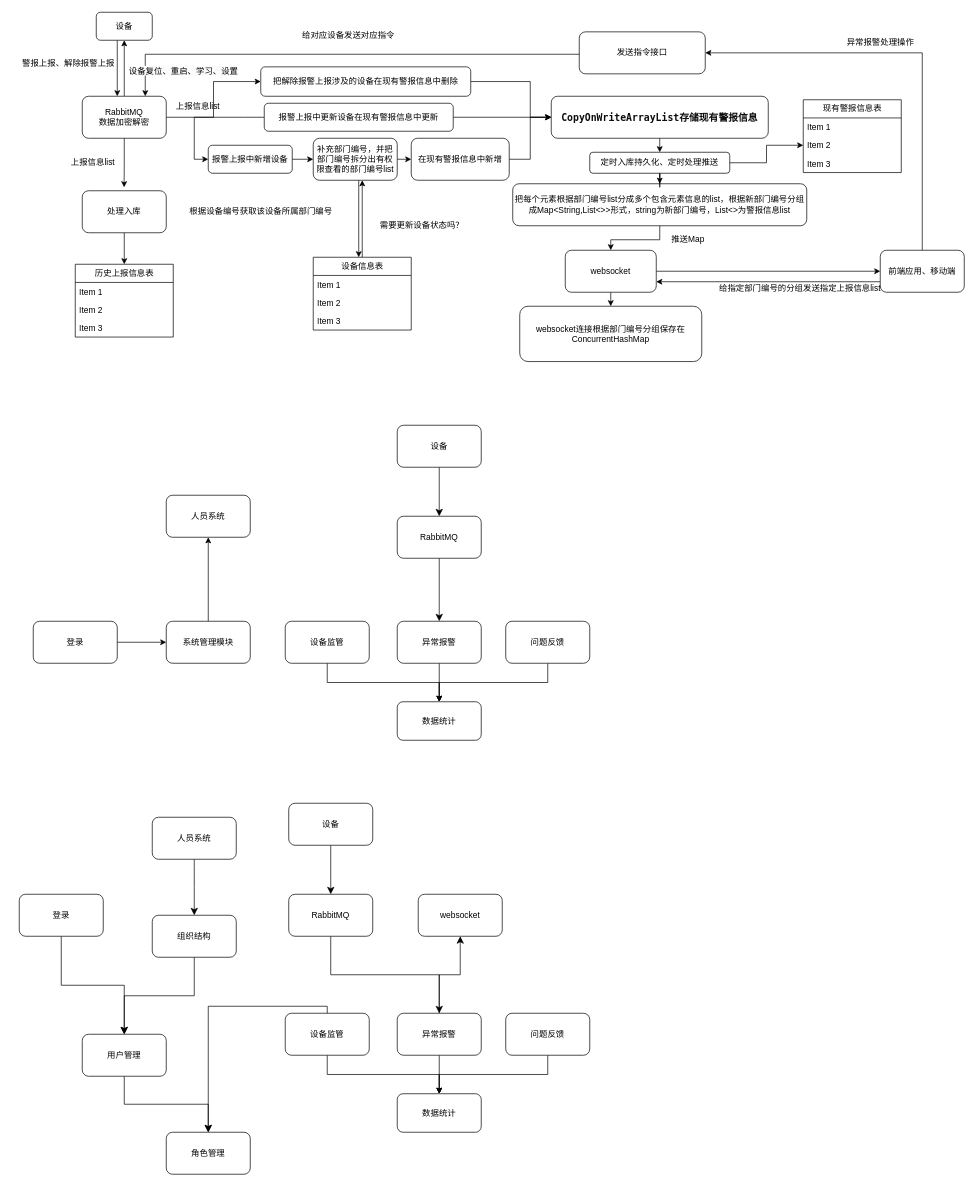
LSS9/ForgettingCurve keeps this draw.io diagram as 未命名绘图.drawio. Above is the earlier version. Source tidied: cells renumbered, new cells numbered last; positions are measured from the earlier drawing's top-left corner, leaving out a move shared by most shapes. Both pictures are drawn from the tidied source at 70%, with x=0, y=0 at pixel (12, 12).
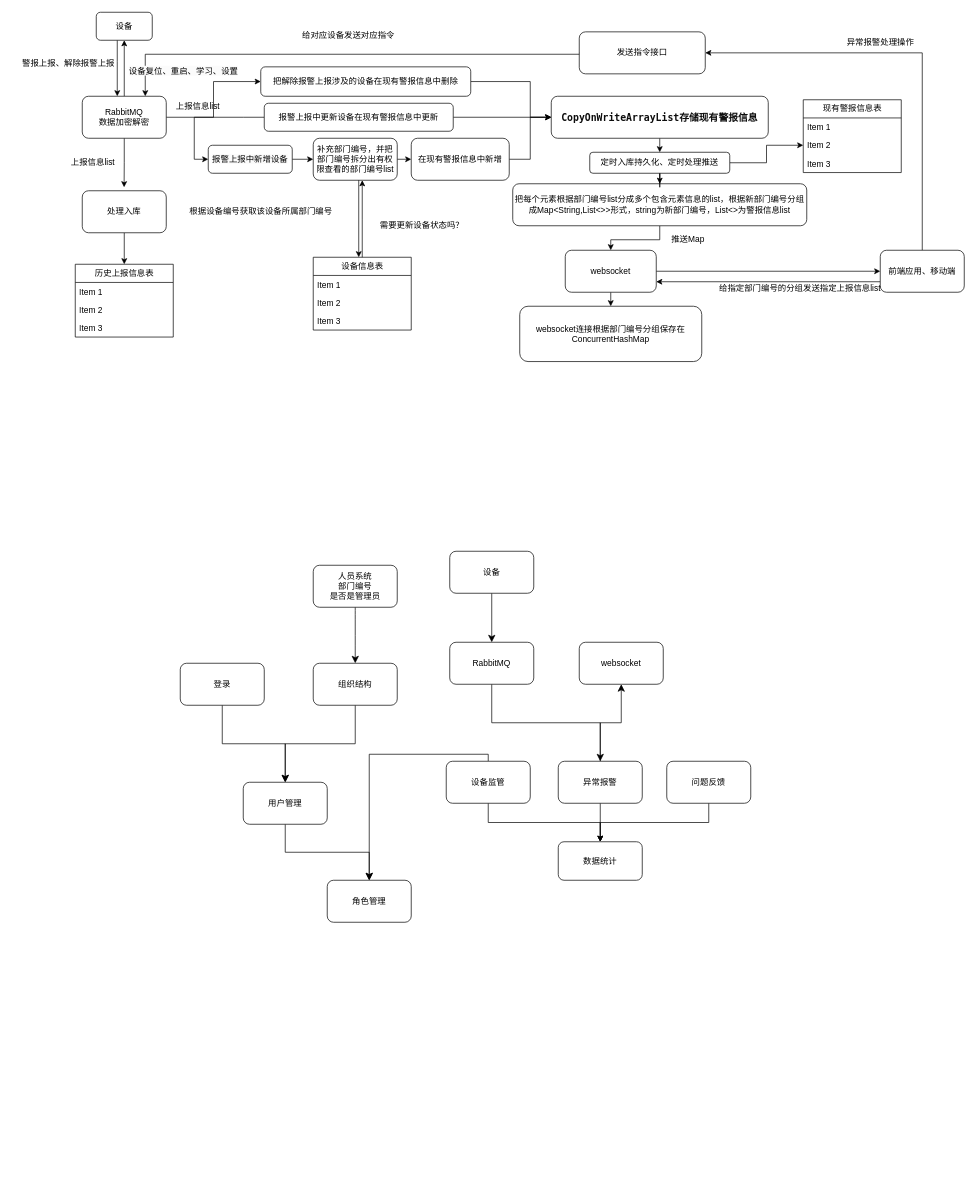
Above is the later version.

Commit message:
更新未命名绘图.drawio

What changed in the source:
```diff
@@
-    <mxCell id="61" style="edgeStyle=orthogonalEdgeStyle;rounded=0;jettySize=auto;html=1;exitX=1;exitY=0.5;exitDx=0;exitDy=0;entryX=0;entryY=0.5;entryDx=0;entryDy=0;" parent="1" edge="1" source="62" target="64">
-      <mxGeometry relative="1" as="geometry" />
-    </mxCell>
-    <mxCell id="62" value="登录" style="rounded=1;whiteSpace=wrap;html=1;" parent="1" vertex="1">
-      <mxGeometry x="30" y="870" width="120" height="60" as="geometry" />
-    </mxCell>
-    <mxCell id="63" style="edgeStyle=orthogonalEdgeStyle;rounded=0;jettySize=auto;html=1;exitX=0.5;exitY=0;exitDx=0;exitDy=0;entryX=0.5;entryY=1;entryDx=0;entryDy=0;" parent="1" edge="1" source="64" target="65">
-      <mxGeometry relative="1" as="geometry" />
-    </mxCell>
-    <mxCell id="64" value="系统管理模块" style="rounded=1;whiteSpace=wrap;html=1;" parent="1" vertex="1">
-      <mxGeometry x="220" y="870" width="120" height="60" as="geometry" />
-    </mxCell>
-    <mxCell id="65" value="人员系统" style="rounded=1;whiteSpace=wrap;html=1;" parent="1" vertex="1">
-      <mxGeometry x="220" y="690" width="120" height="60" as="geometry" />
-    </mxCell>
-    <mxCell id="66" style="edgeStyle=orthogonalEdgeStyle;rounded=0;jettySize=auto;html=1;exitX=0.5;exitY=1;exitDx=0;exitDy=0;entryX=0.5;entryY=0;entryDx=0;entryDy=0;" parent="1" edge="1" source="67" target="68">
-      <mxGeometry relative="1" as="geometry" />
-    </mxCell>
-    <mxCell id="67" value="设备监管" style="rounded=1;whiteSpace=wrap;html=1;" parent="1" vertex="1">
-      <mxGeometry x="390" y="870" width="120" height="60" as="geometry" />
-    </mxCell>
-    <mxCell id="68" value="数据统计" style="rounded=1;whiteSpace=wrap;html=1;" parent="1" vertex="1">
-      <mxGeometry x="550" y="985" width="120" height="55" as="geometry" />
-    </mxCell>
-    <mxCell id="69" style="edgeStyle=orthogonalEdgeStyle;rounded=0;jettySize=auto;html=1;exitX=0.5;exitY=1;exitDx=0;exitDy=0;entryX=0.5;entryY=0;entryDx=0;entryDy=0;" parent="1" edge="1" source="70" target="68">
-      <mxGeometry relative="1" as="geometry" />
-    </mxCell>
-    <mxCell id="70" value="问题反馈" style="rounded=1;whiteSpace=wrap;html=1;" parent="1" vertex="1">
-      <mxGeometry x="705" y="870" width="120" height="60" as="geometry" />
-    </mxCell>
-    <mxCell id="71" style="edgeStyle=orthogonalEdgeStyle;rounded=0;jettySize=auto;html=1;exitX=0.5;exitY=1;exitDx=0;exitDy=0;entryX=0.5;entryY=0;entryDx=0;entryDy=0;" parent="1" edge="1" source="72" target="68">
-      <mxGeometry relative="1" as="geometry" />
-    </mxCell>
-    <mxCell id="72" value="异常报警" style="rounded=1;whiteSpace=wrap;html=1;" parent="1" vertex="1">
-      <mxGeometry x="550" y="870" width="120" height="60" as="geometry" />
-    </mxCell>
-    <mxCell id="73" style="edgeStyle=orthogonalEdgeStyle;rounded=0;jettySize=auto;html=1;exitX=0.5;exitY=1;exitDx=0;exitDy=0;entryX=0.5;entryY=0;entryDx=0;entryDy=0;fontSize=12;startSize=8;endSize=8;" parent="1" edge="1" source="74" target="76">
-      <mxGeometry relative="1" as="geometry" />
-    </mxCell>
-    <mxCell id="74" value="设备" style="rounded=1;whiteSpace=wrap;html=1;" parent="1" vertex="1">
-      <mxGeometry x="550" y="590" width="120" height="60" as="geometry" />
-    </mxCell>
-    <mxCell id="75" style="edgeStyle=orthogonalEdgeStyle;rounded=0;jettySize=auto;html=1;exitX=0.5;exitY=1;exitDx=0;exitDy=0;entryX=0.5;entryY=0;entryDx=0;entryDy=0;fontSize=12;startSize=8;endSize=8;" parent="1" edge="1" source="76" target="72">
-      <mxGeometry relative="1" as="geometry" />
-    </mxCell>
-    <mxCell id="76" value="RabbitMQ" style="rounded=1;whiteSpace=wrap;html=1;" parent="1" vertex="1">
-      <mxGeometry x="550" y="720" width="120" height="60" as="geometry" />
-    </mxCell>
@@
     <mxCell id="78" value="登录" style="rounded=1;whiteSpace=wrap;html=1;" parent="1" vertex="1">
-      <mxGeometry x="10" y="1260" width="120" height="60" as="geometry" />
+      <mxGeometry x="240" y="930" width="120" height="60" as="geometry" />
     </mxCell>
@@
-    <mxCell id="80" value="人员系统" style="rounded=1;whiteSpace=wrap;html=1;" parent="1" vertex="1">
-      <mxGeometry x="200" y="1150" width="120" height="60" as="geometry" />
+    <mxCell id="80" value="人员系统&lt;br&gt;部门编号&lt;br&gt;是否是管理员" style="rounded=1;whiteSpace=wrap;html=1;" parent="1" vertex="1">
+      <mxGeometry x="430" y="790" width="120" height="60" as="geometry" />
     </mxCell>
@@
     <mxCell id="82" style="edgeStyle=orthogonalEdgeStyle;rounded=0;jettySize=auto;html=1;exitX=0.5;exitY=0;exitDx=0;exitDy=0;fontSize=12;startSize=8;endSize=8;entryX=0.5;entryY=0;entryDx=0;entryDy=0;" parent="1" edge="1" source="83" target="96">
       <mxGeometry relative="1" as="geometry">
         <Array as="points">
-          <mxPoint x="450" y="1420" />
-          <mxPoint x="280" y="1420" />
+          <mxPoint x="680" y="1060" />
+          <mxPoint x="510" y="1060" />
         </Array>
       </mxGeometry>
     </mxCell>
     <mxCell id="83" value="设备监管" style="rounded=1;whiteSpace=wrap;html=1;" parent="1" vertex="1">
-      <mxGeometry x="390" y="1430" width="120" height="60" as="geometry" />
+      <mxGeometry x="620" y="1070" width="120" height="60" as="geometry" />
     </mxCell>
     <mxCell id="84" value="数据统计" style="rounded=1;whiteSpace=wrap;html=1;" parent="1" vertex="1">
-      <mxGeometry x="550" y="1545" width="120" height="55" as="geometry" />
+      <mxGeometry x="780" y="1185" width="120" height="55" as="geometry" />
     </mxCell>
@@
     <mxCell id="86" value="问题反馈" style="rounded=1;whiteSpace=wrap;html=1;" parent="1" vertex="1">
-      <mxGeometry x="705" y="1430" width="120" height="60" as="geometry" />
+      <mxGeometry x="935" y="1070" width="120" height="60" as="geometry" />
     </mxCell>
@@
     <mxCell id="89" value="异常报警" style="rounded=1;whiteSpace=wrap;html=1;" parent="1" vertex="1">
-      <mxGeometry x="550" y="1430" width="120" height="60" as="geometry" />
+      <mxGeometry x="780" y="1070" width="120" height="60" as="geometry" />
     </mxCell>
@@
     <mxCell id="91" value="设备" style="rounded=1;whiteSpace=wrap;html=1;" parent="1" vertex="1">
-      <mxGeometry x="395" y="1130" width="120" height="60" as="geometry" />
+      <mxGeometry x="625" y="770" width="120" height="60" as="geometry" />
     </mxCell>
@@
     <mxCell id="93" value="RabbitMQ" style="rounded=1;whiteSpace=wrap;html=1;" parent="1" vertex="1">
-      <mxGeometry x="395" y="1260" width="120" height="60" as="geometry" />
+      <mxGeometry x="625" y="900" width="120" height="60" as="geometry" />
     </mxCell>
@@
     <mxCell id="95" value="组织结构" style="rounded=1;whiteSpace=wrap;html=1;" parent="1" vertex="1">
-      <mxGeometry x="200" y="1290" width="120" height="60" as="geometry" />
+      <mxGeometry x="430" y="930" width="120" height="60" as="geometry" />
     </mxCell>
     <mxCell id="96" value="角色管理" style="rounded=1;whiteSpace=wrap;html=1;" parent="1" vertex="1">
-      <mxGeometry x="220" y="1600" width="120" height="60" as="geometry" />
+      <mxGeometry x="450" y="1240" width="120" height="60" as="geometry" />
     </mxCell>
@@
     <mxCell id="98" value="用户管理" style="rounded=1;whiteSpace=wrap;html=1;" parent="1" vertex="1">
-      <mxGeometry x="100" y="1460" width="120" height="60" as="geometry" />
+      <mxGeometry x="330" y="1100" width="120" height="60" as="geometry" />
     </mxCell>
     <mxCell id="99" value="websocket" style="rounded=1;whiteSpace=wrap;html=1;" parent="1" vertex="1">
-      <mxGeometry x="580" y="1260" width="120" height="60" as="geometry" />
+      <mxGeometry x="810" y="900" width="120" height="60" as="geometry" />
     </mxCell>
```
